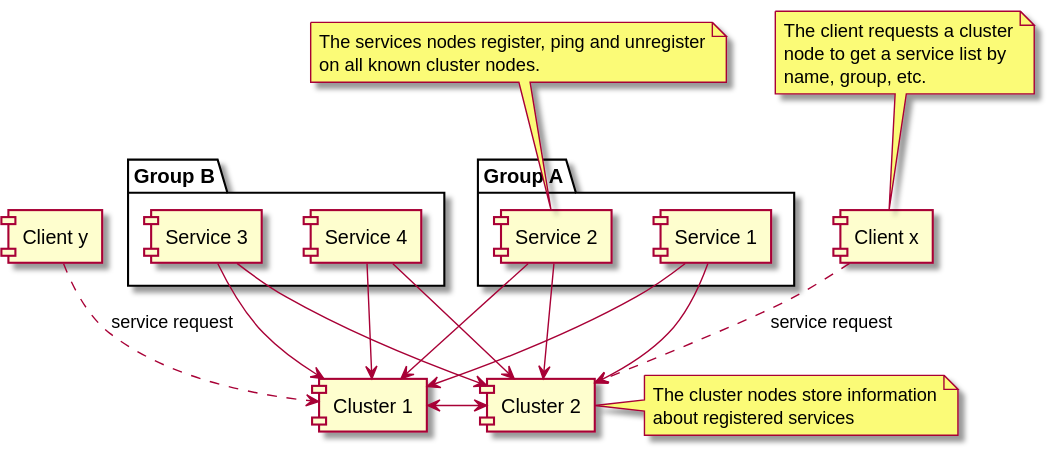
qwazr/cluster keeps this PlantUML diagram as docs/images/cluster-standard-typology.svg. Above is the earlier version. The source it was exported from:
```plantuml
@startuml
[Cluster 1] <-> [Cluster 2]

package "Group A" {
  [Service 2] --> [Cluster 1]
  [Service 2] --> [Cluster 2]
  [Service 1] --> [Cluster 1]
  [Service 1] --> [Cluster 2]
}

package "Group B" {
  [Service 4] --> [Cluster 1]
  [Service 4] --> [Cluster 2]
  [Service 3] --> [Cluster 1]
  [Service 3] --> [Cluster 2]
}

[Client x] ..> [Cluster 2] : service request
[Client y] ..> [Cluster 1] : service request

note top of [Service 2]
  The services nodes register, ping and unregister
  on all known cluster nodes.
end note

note top of [Client x]
  The client requests a cluster
  node to get a service list by
  name, group, etc.
end note

note right of [Cluster 2]
  The cluster nodes store information
  about registered services
end note

@enduml
```
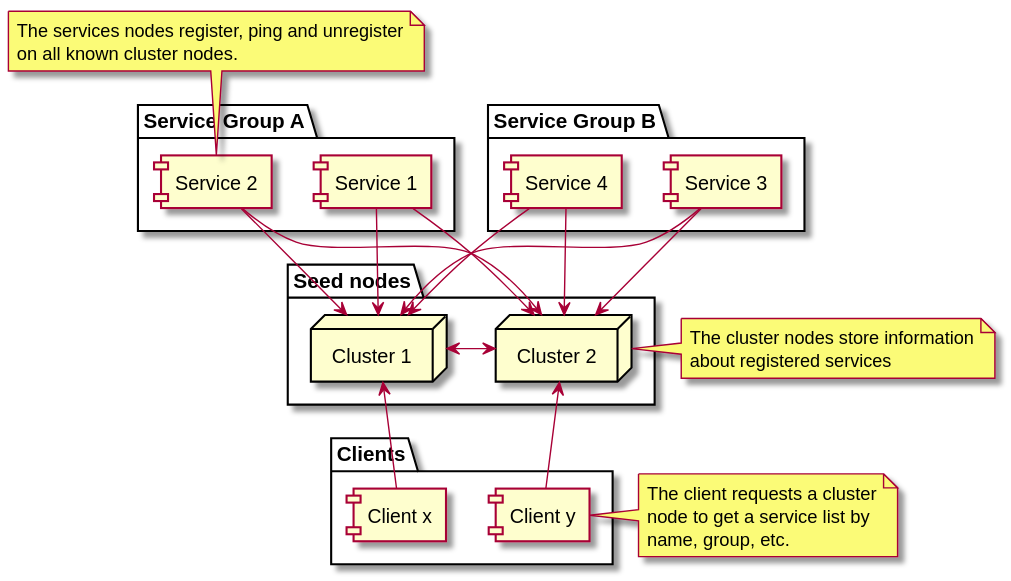
Above is the later version.

What changed in the source:
```diff
@@ -1,29 +1,36 @@
 @startuml
-[Cluster 1] <-> [Cluster 2]
 
-package "Group A" {
+folder "Seed nodes" {
+   node "Cluster 1"
+   node "Cluster 2"
+  [Cluster 1] <-> [Cluster 2]
+}
+
+folder "Service Group A" {
+  [Service 1] --> [Cluster 1]
+  [Service 1] --> [Cluster 2]
   [Service 2] --> [Cluster 1]
   [Service 2] --> [Cluster 2]
-  [Service 1] --> [Cluster 1]
-  [Service 1] --> [Cluster 2]
 }
 
-package "Group B" {
+folder "Service Group B" {
+  [Service 3] --> [Cluster 1]
+  [Service 3] --> [Cluster 2]
   [Service 4] --> [Cluster 1]
   [Service 4] --> [Cluster 2]
-  [Service 3] --> [Cluster 1]
-  [Service 3] --> [Cluster 2]
 }
 
-[Client x] ..> [Cluster 2] : service request
-[Client y] ..> [Cluster 1] : service request
+folder "Clients" {
+  [Cluster 1] <-- [Client x]
+  [Client y] --> [Cluster 2]
+}
 
 note top of [Service 2]
   The services nodes register, ping and unregister
   on all known cluster nodes.
 end note
 
-note top of [Client x]
+note right of [Client y]
   The client requests a cluster
   node to get a service list by
   name, group, etc.
```
